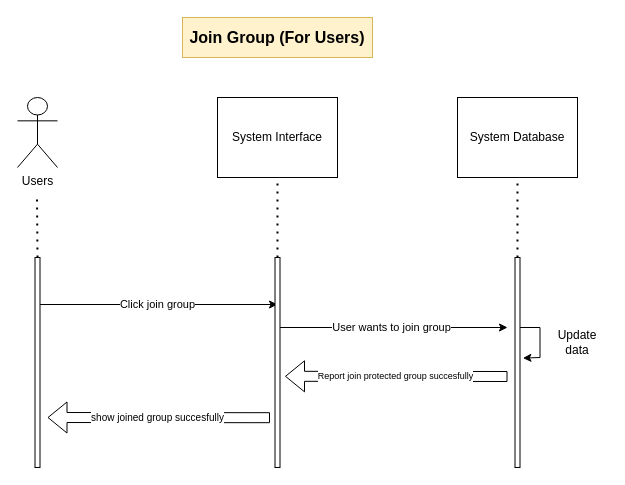
ParkinnAuto/StudyMate keeps this draw.io diagram as page "Join Group (For Users)" (3 of 22) of Models/Sequence Diagram.drawio. Above is the earlier version. Source tidied: cells renumbered, new cells numbered last; positions are measured from the earlier drawing's top-left corner, leaving out a move shared by most shapes. Both pictures are drawn from the tidied source at 100%, with x=0, y=0 at pixel (17, 17).
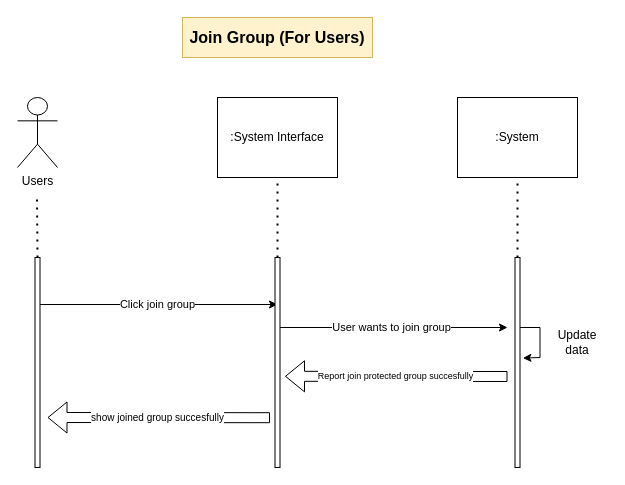
After the change.

What changed in the source:
```diff
@@
-    <mxCell id="3" value="System Interface" style="rounded=0;whiteSpace=wrap;html=1;" parent="1" vertex="1">
+    <mxCell id="3" value=":System Interface" style="rounded=0;whiteSpace=wrap;html=1;" parent="1" vertex="1">
       <mxGeometry x="200" y="80" width="120" height="80" as="geometry" />
     </mxCell>
@@
-    <mxCell id="17" value="System Database" style="rounded=0;whiteSpace=wrap;html=1;" parent="1" vertex="1">
+    <mxCell id="17" value=":System" style="rounded=0;whiteSpace=wrap;html=1;" parent="1" vertex="1">
       <mxGeometry x="440" y="80" width="120" height="80" as="geometry" />
     </mxCell>
```
